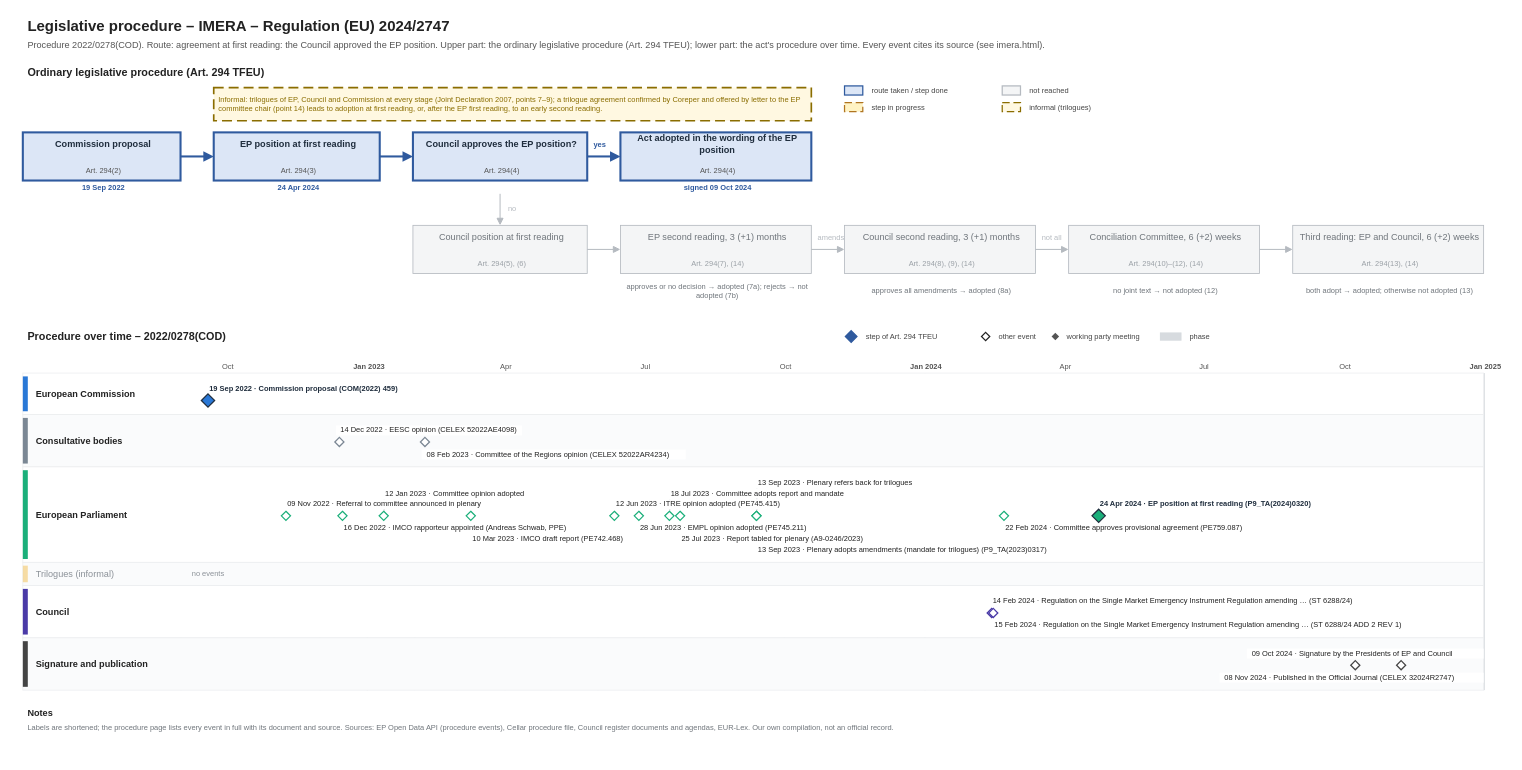
Before: procedures/imera.drawio in git-z0man/eu-regulation-timeline, a draw.io diagram. Source tidied: cells renumbered, new cells numbered last; positions are measured from the earlier drawing's top-left corner, leaving out a move shared by most shapes. Both pictures are drawn from the tidied source at 83%, with x=0, y=0 at pixel (14, 14).
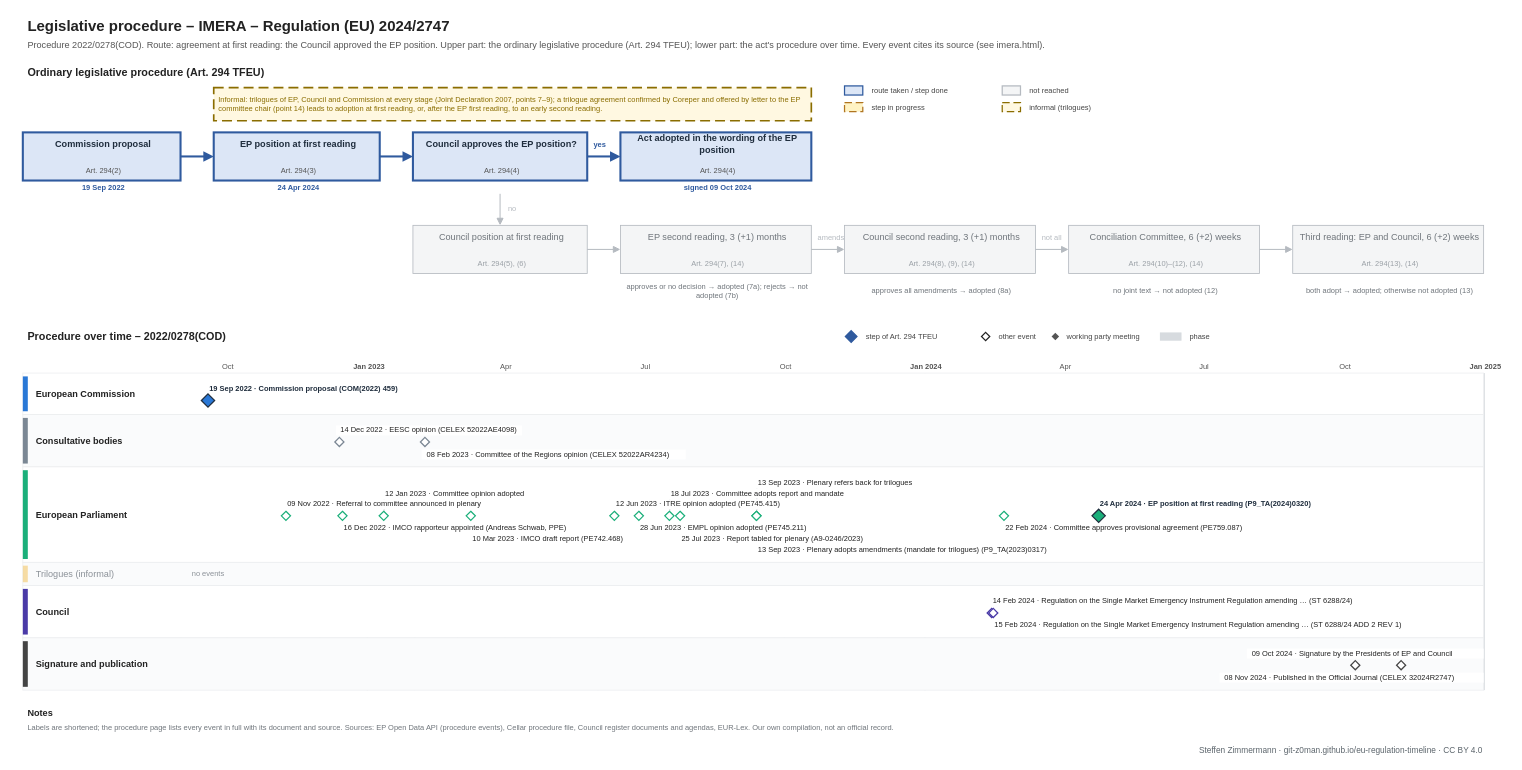
The same diagram, later.

Change to the diagram source:
```diff
@@
+    <mxCell id="174" value="Steffen Zimmermann · git-z0man.github.io/eu-regulation-timeline · CC BY 4.0" style="text;html=1;fontSize=10;fontColor=#5b646b;align=right;verticalAlign=middle;spacingLeft=4;" parent="1" vertex="1">
+      <mxGeometry x="10" y="878" width="1760" height="16" as="geometry" />
+    </mxCell>
```
